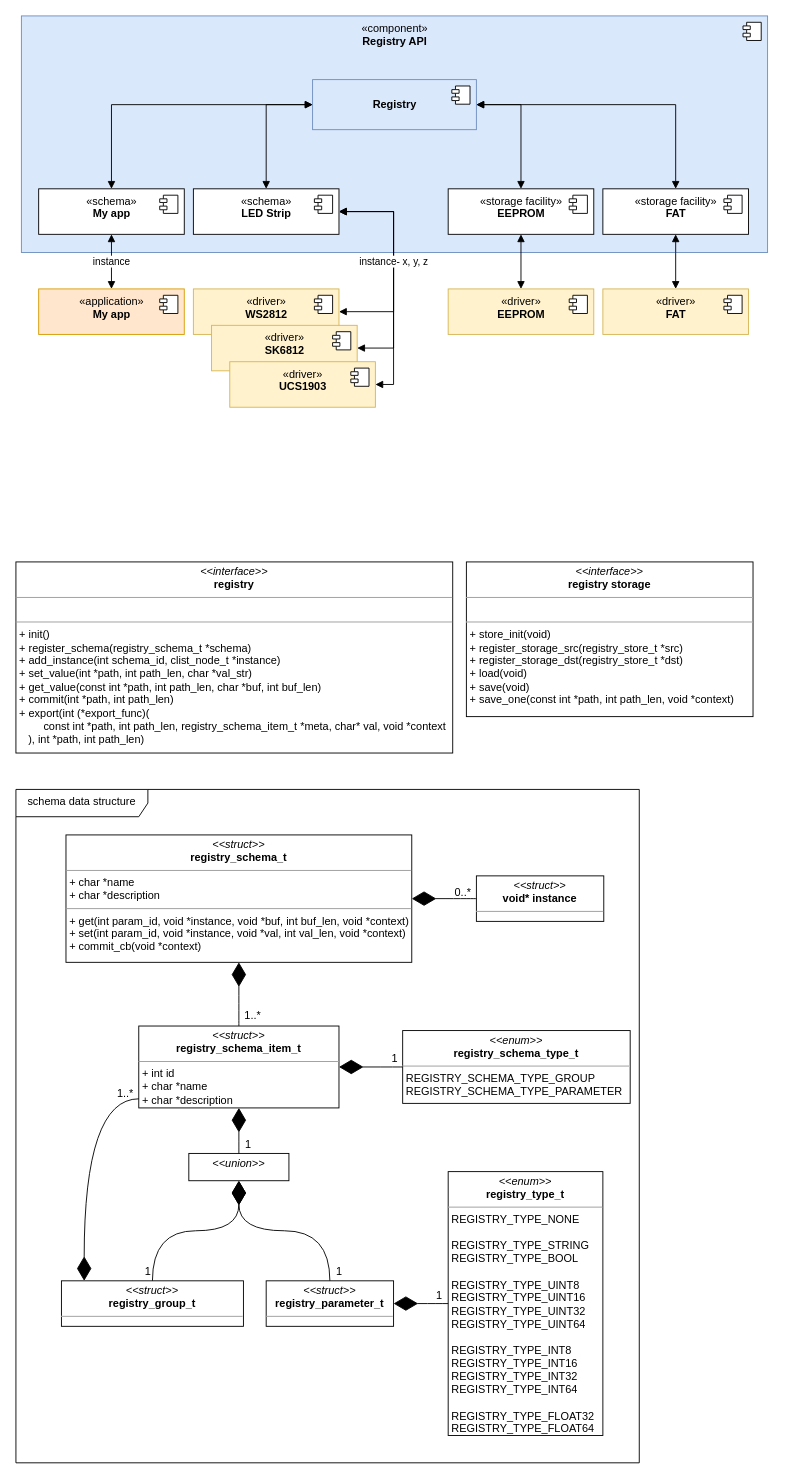
LasseRosenow/riot-runtime-config keeps this draw.io diagram as doc/registry.drawio. Above is the earlier version. Source tidied: cells renumbered, new cells numbered last; positions are measured from the earlier drawing's top-left corner, leaving out a move shared by most shapes. Both pictures are drawn from the tidied source at 91%, with x=0, y=0 at pixel (15, 15).
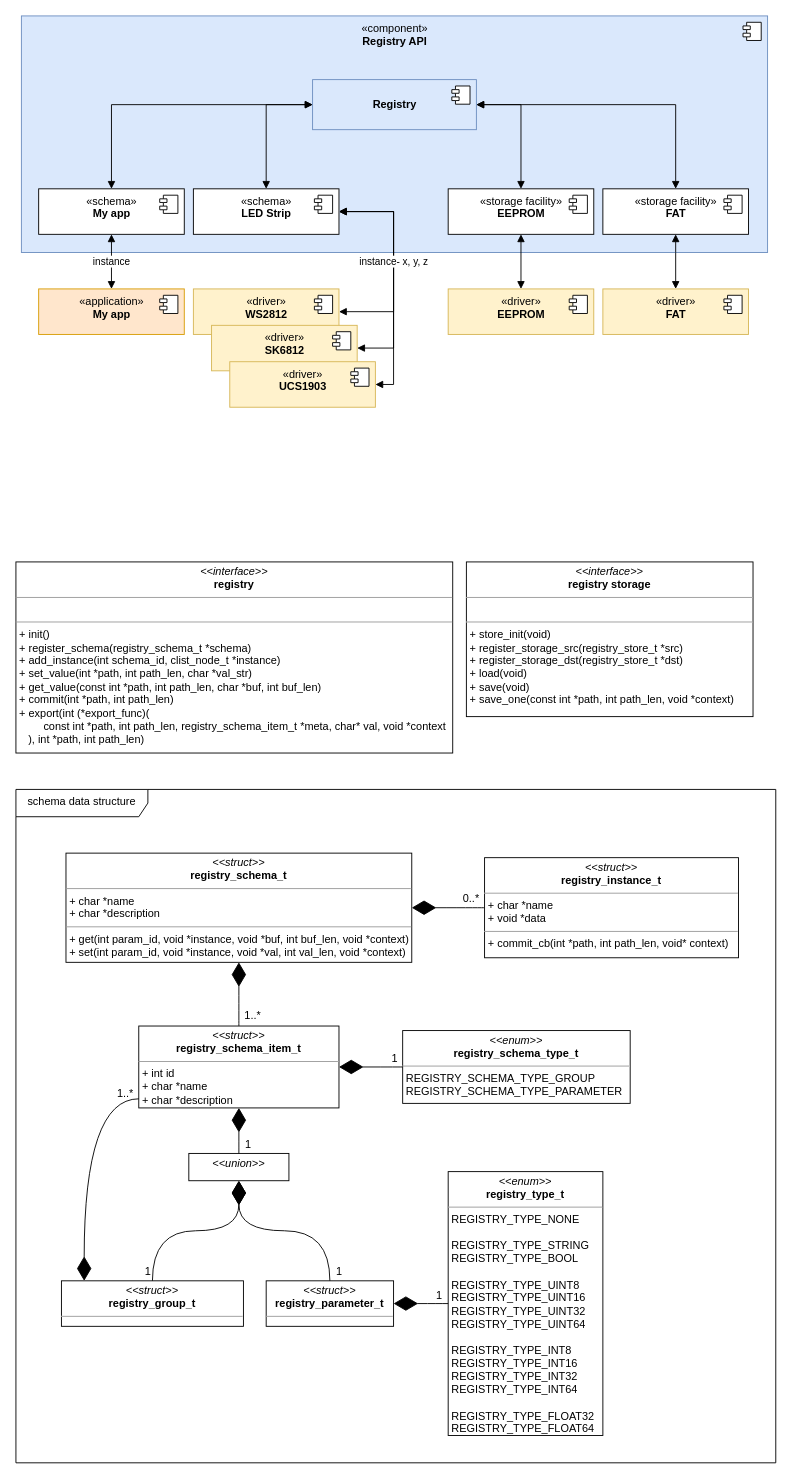
Above is the later version.

Commit message (it also covers changes not shown here):
Move commit_cb from schema to instance

The edit, as a diff of the source:
```diff
@@
     <mxCell id="2" value="schema data structure" style="shape=umlFrame;whiteSpace=wrap;html=1;verticalAlign=top;width=145;height=30;" parent="1" vertex="1">
-      <mxGeometry y="850" width="685" height="740" as="geometry" />
+      <mxGeometry y="850" width="835" height="740" as="geometry" />
     </mxCell>
-    <mxCell id="3" value="&lt;p style=&quot;margin: 0px ; margin-top: 4px ; text-align: center&quot;&gt;&lt;i&gt;&amp;lt;&amp;lt;struct&amp;gt;&amp;gt;&lt;/i&gt;&lt;br&gt;&lt;b&gt;registry_schema_t&lt;/b&gt;&lt;br&gt;&lt;/p&gt;&lt;hr size=&quot;1&quot;&gt;&lt;p style=&quot;margin: 0px ; margin-left: 4px&quot;&gt;+&amp;nbsp;&lt;span&gt;char *name&lt;/span&gt;&lt;/p&gt;&lt;p style=&quot;margin: 0px ; margin-left: 4px&quot;&gt;+ char *description&lt;/p&gt;&lt;hr size=&quot;1&quot;&gt;&lt;p style=&quot;margin: 0px ; margin-left: 4px&quot;&gt;+ get(int param_id, void *instance, void *buf, int buf_len, void *context)&lt;/p&gt;&lt;p style=&quot;margin: 0px ; margin-left: 4px&quot;&gt;+ set(int param_id, void *instance, void *val, int val_len, void *context)&lt;/p&gt;&lt;p style=&quot;margin: 0px ; margin-left: 4px&quot;&gt;+ commit_cb(void *context)&lt;/p&gt;&lt;p style=&quot;margin: 0px ; margin-left: 4px&quot;&gt;&amp;nbsp;&lt;/p&gt;" style="verticalAlign=top;align=left;overflow=fill;fontSize=12;fontFamily=Helvetica;html=1;" parent="1" vertex="1">
-      <mxGeometry x="55" y="900" width="380" height="140" as="geometry" />
+    <mxCell id="3" value="&lt;p style=&quot;margin: 0px ; margin-top: 4px ; text-align: center&quot;&gt;&lt;i&gt;&amp;lt;&amp;lt;struct&amp;gt;&amp;gt;&lt;/i&gt;&lt;br&gt;&lt;b&gt;registry_schema_t&lt;/b&gt;&lt;br&gt;&lt;/p&gt;&lt;hr size=&quot;1&quot;&gt;&lt;p style=&quot;margin: 0px ; margin-left: 4px&quot;&gt;+&amp;nbsp;&lt;span&gt;char *name&lt;/span&gt;&lt;/p&gt;&lt;p style=&quot;margin: 0px ; margin-left: 4px&quot;&gt;+ char *description&lt;/p&gt;&lt;hr size=&quot;1&quot;&gt;&lt;p style=&quot;margin: 0px ; margin-left: 4px&quot;&gt;+ get(int param_id, void *instance, void *buf, int buf_len, void *context)&lt;/p&gt;&lt;p style=&quot;margin: 0px ; margin-left: 4px&quot;&gt;+ set(int param_id, void *instance, void *val, int val_len, void *context)&lt;/p&gt;&lt;p style=&quot;margin: 0px ; margin-left: 4px&quot;&gt;&amp;nbsp;&lt;/p&gt;" style="verticalAlign=top;align=left;overflow=fill;fontSize=12;fontFamily=Helvetica;html=1;" parent="1" vertex="1">
+      <mxGeometry x="55" y="920" width="380" height="120" as="geometry" />
     </mxCell>
@@
-    <mxCell id="23" value="&lt;p style=&quot;margin: 0px ; margin-top: 4px ; text-align: center&quot;&gt;&lt;i&gt;&amp;lt;&amp;lt;struct&amp;gt;&amp;gt;&lt;/i&gt;&lt;br&gt;&lt;b&gt;void* instance&lt;/b&gt;&lt;br&gt;&lt;/p&gt;&lt;hr size=&quot;1&quot;&gt;&lt;p style=&quot;margin: 0px ; margin-left: 4px&quot;&gt;&lt;br&gt;&lt;/p&gt;" style="verticalAlign=top;align=left;overflow=fill;fontSize=12;fontFamily=Helvetica;html=1;" parent="1" vertex="1">
-      <mxGeometry x="506" y="945" width="140" height="50" as="geometry" />
-    </mxCell>
-    <mxCell id="24" style="endArrow=diamondThin;endFill=1;endSize=24;html=1;edgeStyle=orthogonalEdgeStyle;curved=1;" parent="1" edge="1" source="23" target="3">
+    <mxCell id="24" style="endArrow=diamondThin;endFill=1;endSize=24;html=1;edgeStyle=orthogonalEdgeStyle;curved=1;" parent="1" edge="1" source="63" target="3">
       <mxGeometry relative="1" as="geometry" />
     </mxCell>
     <mxCell id="25" value="0..*" style="text;html=1;align=center;verticalAlign=middle;strokeColor=none;" parent="1" vertex="1">
-      <mxGeometry x="476" y="954" width="30" height="20" as="geometry" />
+      <mxGeometry x="485" y="960" width="30" height="20" as="geometry" />
     </mxCell>
@@
+    <mxCell id="63" value="&lt;p style=&quot;margin: 4px 0px 0px ; text-align: center&quot;&gt;&lt;i&gt;&amp;lt;&amp;lt;struct&amp;gt;&amp;gt;&lt;/i&gt;&lt;br&gt;&lt;b&gt;registry_instance_t&lt;/b&gt;&lt;/p&gt;&lt;hr size=&quot;1&quot;&gt;&lt;p style=&quot;margin: 0px 0px 0px 4px&quot;&gt;&lt;/p&gt;&lt;p style=&quot;margin: 0px ; margin-left: 4px&quot;&gt;+&amp;nbsp;&lt;span&gt;char *name&lt;/span&gt;&lt;/p&gt;&lt;p style=&quot;margin: 0px ; margin-left: 4px&quot;&gt;+ void *data&lt;/p&gt;&lt;hr size=&quot;1&quot;&gt;&lt;p style=&quot;margin: 0px ; margin-left: 4px&quot;&gt;+ commit_cb(int *path, int path_len, void* context)&lt;/p&gt;&lt;p style=&quot;margin: 0px ; margin-left: 4px&quot;&gt;&amp;nbsp;&lt;/p&gt;" style="verticalAlign=top;align=left;overflow=fill;fontSize=12;fontFamily=Helvetica;html=1;" parent="1" vertex="1">
+      <mxGeometry x="515" y="925" width="279" height="110" as="geometry" />
+    </mxCell>
```
